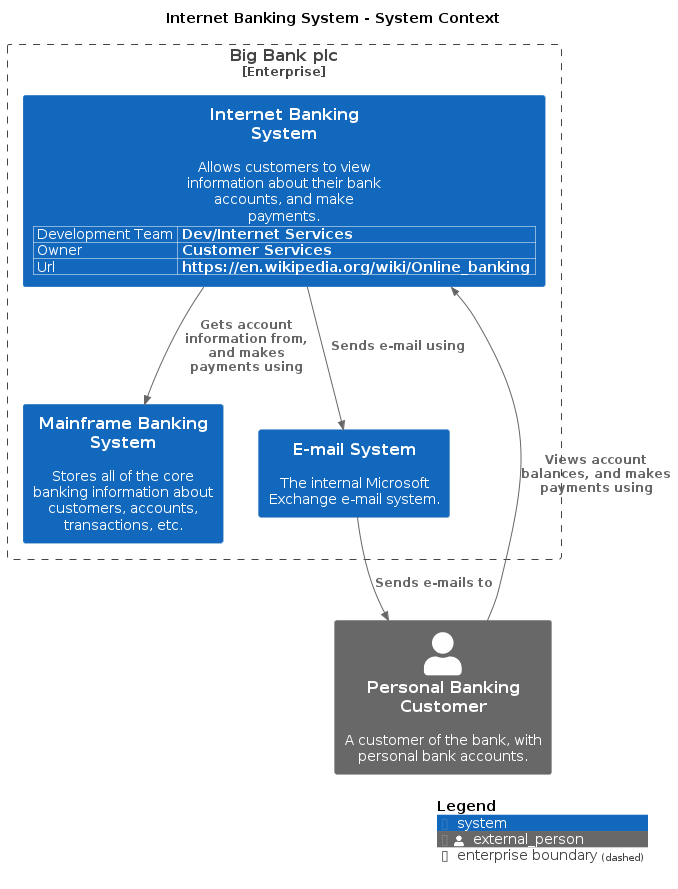
Before: main/png/SystemContext.png, a diagram exported from PlantUML (avisi-cloud/structurizr-site-generatr). Its diagram source:
```plantuml
@startuml
title Internet Banking System - System Context

top to bottom direction

!include /home/runner/work/structurizr-site-generatr/structurizr-site-generatr/build/puml-cache/C4.puml
!include /home/runner/work/structurizr-site-generatr/structurizr-site-generatr/build/puml-cache/C4_Context.puml

Enterprise_Boundary(enterprise, "Big Bank plc") {
  System(MainframeBankingSystem, "Mainframe Banking System", "Stores all of the core banking information about customers, accounts, transactions, etc.", $tags="")
  System(EmailSystem, "E-mail System", "The internal Microsoft Exchange e-mail system.", $tags="")
  WithoutPropertyHeader()
  AddProperty("Development Team","Dev/Internet Services")
  AddProperty("Owner","Customer Services")
  AddProperty("Url","https://en.wikipedia.org/wiki/Online_banking")
  System(InternetBankingSystem, "Internet Banking System", "Allows customers to view information about their bank accounts, and make payments.", $tags="")
}

Person_Ext(PersonalBankingCustomer, "Personal Banking Customer", "A customer of the bank, with personal bank accounts.", $tags="")

Rel_D(PersonalBankingCustomer, InternetBankingSystem, "Views account balances, and makes payments using", $tags="")
Rel_D(InternetBankingSystem, MainframeBankingSystem, "Gets account information from, and makes payments using", $tags="")
Rel_D(InternetBankingSystem, EmailSystem, "Sends e-mail using", $tags="")
Rel_D(EmailSystem, PersonalBankingCustomer, "Sends e-mails to", $tags="")

SHOW_LEGEND(true)
@enduml
```
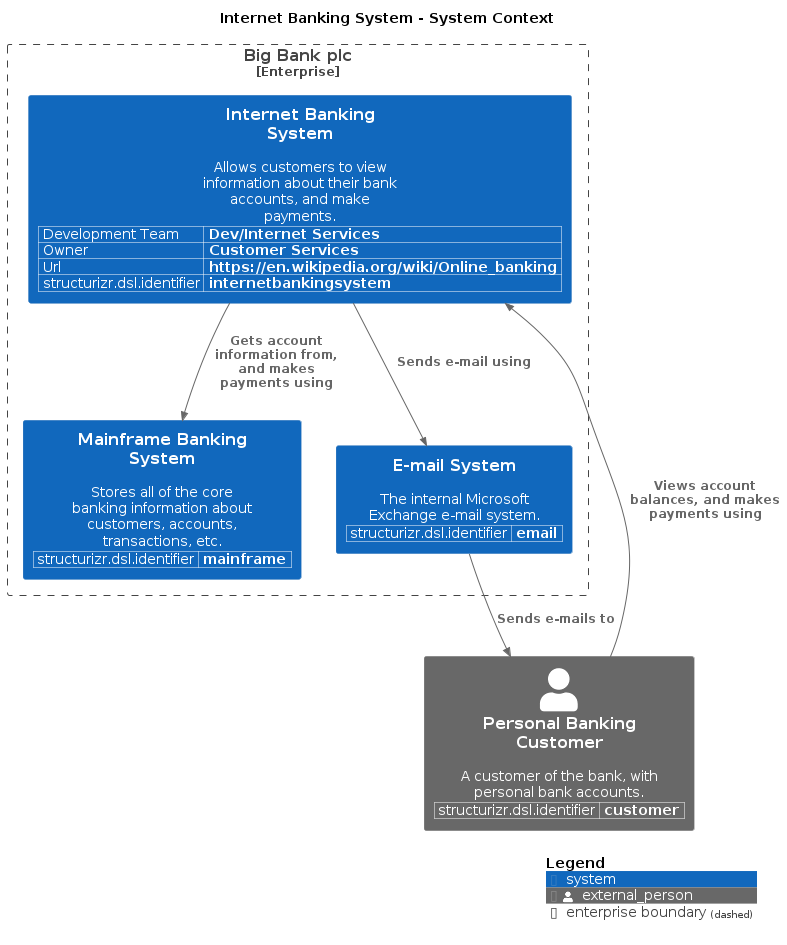
Later version of the same file.

What changed in the source:
```diff
@@ -1,4 +1,5 @@
 @startuml
+set separator none
 title Internet Banking System - System Context
 
 top to bottom direction
@@ -7,15 +8,22 @@
 !include /home/runner/work/structurizr-site-generatr/structurizr-site-generatr/build/puml-cache/C4_Context.puml
 
 Enterprise_Boundary(enterprise, "Big Bank plc") {
+  WithoutPropertyHeader()
+  AddProperty("structurizr.dsl.identifier","mainframe")
   System(MainframeBankingSystem, "Mainframe Banking System", "Stores all of the core banking information about customers, accounts, transactions, etc.", $tags="")
+  WithoutPropertyHeader()
+  AddProperty("structurizr.dsl.identifier","email")
   System(EmailSystem, "E-mail System", "The internal Microsoft Exchange e-mail system.", $tags="")
   WithoutPropertyHeader()
   AddProperty("Development Team","Dev/Internet Services")
   AddProperty("Owner","Customer Services")
   AddProperty("Url","https://en.wikipedia.org/wiki/Online_banking")
+  AddProperty("structurizr.dsl.identifier","internetbankingsystem")
   System(InternetBankingSystem, "Internet Banking System", "Allows customers to view information about their bank accounts, and make payments.", $tags="")
 }
 
+WithoutPropertyHeader()
+AddProperty("structurizr.dsl.identifier","customer")
 Person_Ext(PersonalBankingCustomer, "Personal Banking Customer", "A customer of the bank, with personal bank accounts.", $tags="")
 
 Rel_D(PersonalBankingCustomer, InternetBankingSystem, "Views account balances, and makes payments using", $tags="")
```
